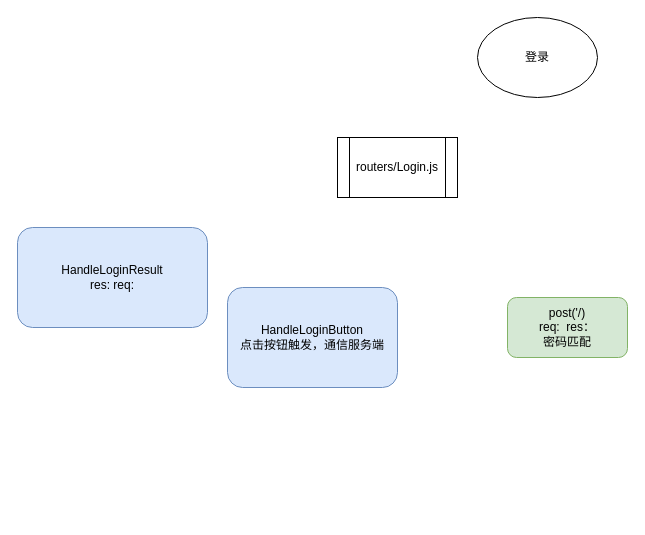
This is 代码模块图.drawio from 233SunCat/SYLicense2.0, a draw.io file, before an edit. Source tidied: cells renumbered, new cells numbered last; positions are measured from the earlier drawing's top-left corner, leaving out a move shared by most shapes. Both pictures are drawn from the tidied source at 100%, with x=0, y=0 at pixel (17, 17).
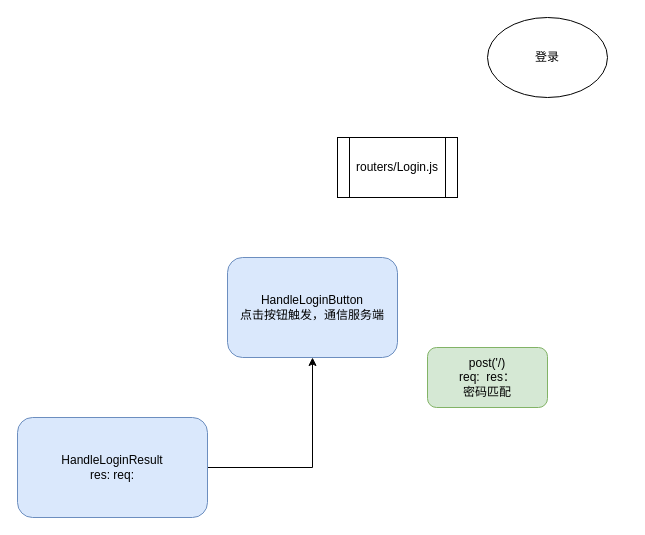
The same diagram, later.

Commit message (it also covers changes not shown here):
更新代码模块图.drawio

The edit, as a diff of the source:
```diff
@@
 <mxGraphModel>
   <root>
     <mxCell id="0" />
     <mxCell id="1" parent="0" />
     <mxCell id="2" value="登录" style="ellipse;whiteSpace=wrap;html=1;" parent="1" vertex="1">
-      <mxGeometry x="460" width="120" height="80" as="geometry" />
+      <mxGeometry x="470" width="120" height="80" as="geometry" />
     </mxCell>
     <mxCell id="3" value="post('/)&lt;br&gt;req:&amp;nbsp; res：&lt;br&gt;密码匹配" style="rounded=1;whiteSpace=wrap;html=1;fillColor=#d5e8d4;strokeColor=#82b366;" parent="1" vertex="1">
-      <mxGeometry x="490" y="280" width="120" height="60" as="geometry" />
+      <mxGeometry x="410" y="330" width="120" height="60" as="geometry" />
     </mxCell>
     <mxCell id="4" value="routers/Login.js" style="shape=process;whiteSpace=wrap;html=1;backgroundOutline=1;" parent="1" vertex="1">
       <mxGeometry x="320" y="120" width="120" height="60" as="geometry" />
     </mxCell>
     <mxCell id="5" value="HandleLoginButton&lt;br&gt;点击按钮触发，通信服务端" style="rounded=1;whiteSpace=wrap;html=1;fillColor=#dae8fc;strokeColor=#6c8ebf;" parent="1" vertex="1">
-      <mxGeometry x="210" y="270" width="170" height="100" as="geometry" />
+      <mxGeometry x="210" y="240" width="170" height="100" as="geometry" />
     </mxCell>
+    <mxCell id="7" style="edgeStyle=orthogonalEdgeStyle;rounded=0;jettySize=auto;html=1;entryX=0.5;entryY=1;entryDx=0;entryDy=0;" parent="1" edge="1" source="6" target="5">
+      <mxGeometry relative="1" as="geometry" />
+    </mxCell>
     <mxCell id="6" value="HandleLoginResult&lt;br&gt;res: req:&lt;br&gt;" style="rounded=1;whiteSpace=wrap;html=1;fillColor=#dae8fc;strokeColor=#6c8ebf;" parent="1" vertex="1">
-      <mxGeometry y="210" width="190" height="100" as="geometry" />
+      <mxGeometry y="400" width="190" height="100" as="geometry" />
     </mxCell>
   </root>
 </mxGraphModel>
```
